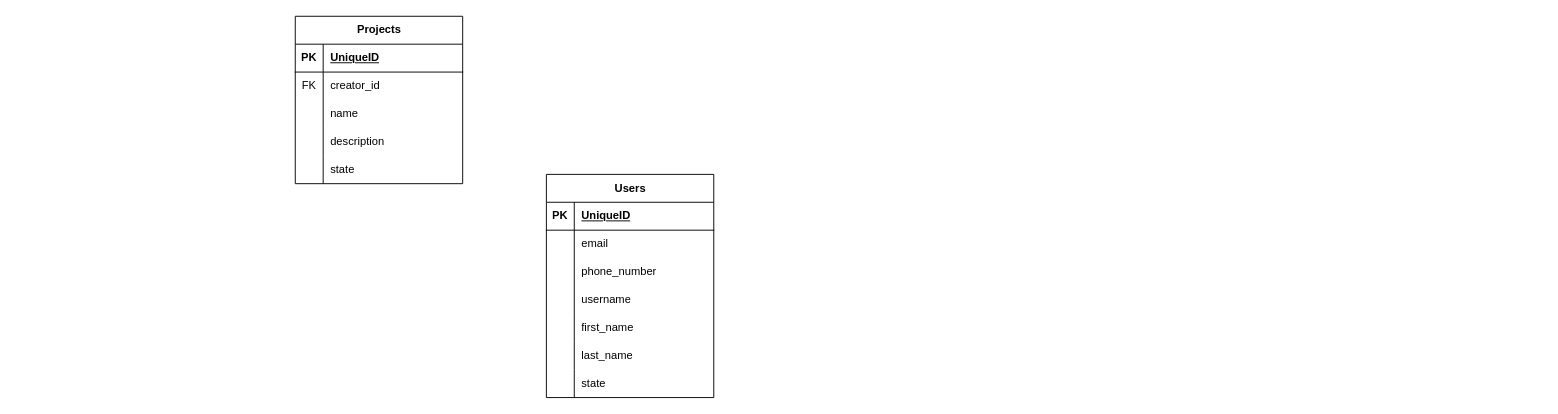
Above: ERD.drawio in Aram-TA/test_app (draw.io), before the change. Source tidied: cells renumbered, new cells numbered last; positions are measured from the earlier drawing's top-left corner, leaving out a move shared by most shapes. Both pictures are drawn from the tidied source at 93%, with x=0, y=0 at pixel (295, 16).
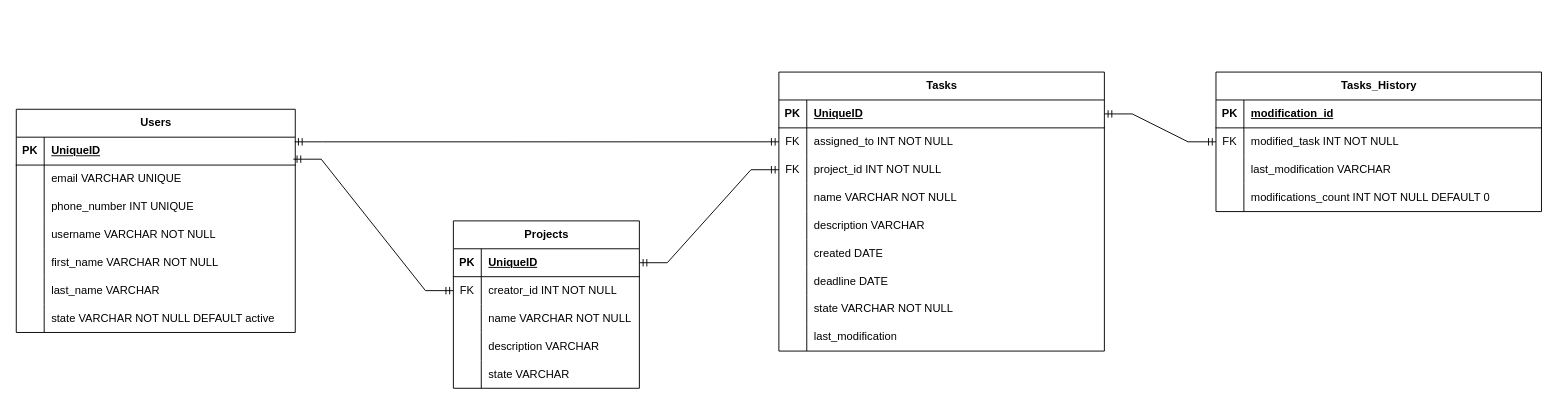
After the change.

Diff of the diagram source:
```diff
@@
     <mxCell id="2" value="Users" style="shape=table;startSize=30;childLayout=tableLayout;rowLines=0;fontStyle=1;align=center;html=1;" parent="1" vertex="1">
-      <mxGeometry x="270" y="170" width="180" height="240" as="geometry" />
+      <mxGeometry x="-300" y="100" width="300" height="240" as="geometry" />
     </mxCell>
     <mxCell id="3" style="shape=tableRow;horizontal=0;startSize=0;swimlaneHead=0;swimlaneBody=0;fillColor=none;points=[[0,0.5],[1,0.5]];portConstraint=eastwest;top=0;left=0;right=0;bottom=1;" parent="2" vertex="1">
-      <mxGeometry y="30" width="180" height="30" as="geometry" />
+      <mxGeometry y="30" width="300" height="30" as="geometry" />
     </mxCell>
@@
     <mxCell id="5" value="UniqueID" style="shape=partialRectangle;fillColor=none;top=0;left=0;bottom=0;right=0;align=left;spacingLeft=6;fontStyle=5;overflow=hidden;whiteSpace=wrap;html=1;" parent="3" vertex="1">
-      <mxGeometry x="30" width="150" height="30" as="geometry" />
+      <mxGeometry x="30" width="270" height="30" as="geometry" />
     </mxCell>
     <mxCell id="6" style="shape=tableRow;horizontal=0;startSize=0;swimlaneHead=0;swimlaneBody=0;fillColor=none;top=0;left=0;right=0;bottom=0;" parent="2" vertex="1">
-      <mxGeometry y="60" width="180" height="30" as="geometry" />
+      <mxGeometry y="60" width="300" height="30" as="geometry" />
     </mxCell>
@@
-    <mxCell id="8" value="email" style="shape=partialRectangle;fillColor=none;top=0;left=0;bottom=0;right=0;align=left;spacingLeft=6;overflow=hidden;whiteSpace=wrap;html=1;" parent="6" vertex="1">
-      <mxGeometry x="30" width="150" height="30" as="geometry" />
+    <mxCell id="8" value="email VARCHAR UNIQUE" style="shape=partialRectangle;fillColor=none;top=0;left=0;bottom=0;right=0;align=left;spacingLeft=6;overflow=hidden;whiteSpace=wrap;html=1;" parent="6" vertex="1">
+      <mxGeometry x="30" width="270" height="30" as="geometry" />
     </mxCell>
     <mxCell id="9" style="shape=tableRow;horizontal=0;startSize=0;swimlaneHead=0;swimlaneBody=0;fillColor=none;top=0;left=0;right=0;bottom=0;" parent="2" vertex="1">
-      <mxGeometry y="90" width="180" height="30" as="geometry" />
+      <mxGeometry y="90" width="300" height="30" as="geometry" />
     </mxCell>
@@
-    <mxCell id="11" value="phone_number" style="shape=partialRectangle;fillColor=none;top=0;left=0;bottom=0;right=0;align=left;spacingLeft=6;overflow=hidden;whiteSpace=wrap;html=1;" parent="9" vertex="1">
-      <mxGeometry x="30" width="150" height="30" as="geometry" />
+    <mxCell id="11" value="phone_number INT UNIQUE" style="shape=partialRectangle;fillColor=none;top=0;left=0;bottom=0;right=0;align=left;spacingLeft=6;overflow=hidden;whiteSpace=wrap;html=1;" parent="9" vertex="1">
+      <mxGeometry x="30" width="270" height="30" as="geometry" />
     </mxCell>
     <mxCell id="12" style="shape=tableRow;horizontal=0;startSize=0;swimlaneHead=0;swimlaneBody=0;fillColor=none;top=0;left=0;right=0;bottom=0;" parent="2" vertex="1">
-      <mxGeometry y="120" width="180" height="30" as="geometry" />
+      <mxGeometry y="120" width="300" height="30" as="geometry" />
     </mxCell>
@@
-    <mxCell id="14" value="username" style="shape=partialRectangle;fillColor=none;top=0;left=0;bottom=0;right=0;align=left;spacingLeft=6;overflow=hidden;whiteSpace=wrap;html=1;" parent="12" vertex="1">
-      <mxGeometry x="30" width="150" height="30" as="geometry" />
+    <mxCell id="14" value="username VARCHAR NOT NULL" style="shape=partialRectangle;fillColor=none;top=0;left=0;bottom=0;right=0;align=left;spacingLeft=6;overflow=hidden;whiteSpace=wrap;html=1;" parent="12" vertex="1">
+      <mxGeometry x="30" width="270" height="30" as="geometry" />
     </mxCell>
     <mxCell id="15" style="shape=tableRow;horizontal=0;startSize=0;swimlaneHead=0;swimlaneBody=0;fillColor=none;top=0;left=0;right=0;bottom=0;" parent="2" vertex="1">
-      <mxGeometry y="150" width="180" height="30" as="geometry" />
+      <mxGeometry y="150" width="300" height="30" as="geometry" />
     </mxCell>
@@
-    <mxCell id="17" value="first_name" style="shape=partialRectangle;fillColor=none;top=0;left=0;bottom=0;right=0;align=left;spacingLeft=6;overflow=hidden;whiteSpace=wrap;html=1;" parent="15" vertex="1">
-      <mxGeometry x="30" width="150" height="30" as="geometry" />
+    <mxCell id="17" value="first_name VARCHAR NOT NULL" style="shape=partialRectangle;fillColor=none;top=0;left=0;bottom=0;right=0;align=left;spacingLeft=6;overflow=hidden;whiteSpace=wrap;html=1;" parent="15" vertex="1">
+      <mxGeometry x="30" width="270" height="30" as="geometry" />
     </mxCell>
     <mxCell id="18" style="shape=tableRow;horizontal=0;startSize=0;swimlaneHead=0;swimlaneBody=0;fillColor=none;top=0;left=0;right=0;bottom=0;" parent="2" vertex="1">
-      <mxGeometry y="180" width="180" height="30" as="geometry" />
+      <mxGeometry y="180" width="300" height="30" as="geometry" />
     </mxCell>
@@
-    <mxCell id="20" value="last_name" style="shape=partialRectangle;fillColor=none;top=0;left=0;bottom=0;right=0;align=left;spacingLeft=6;overflow=hidden;whiteSpace=wrap;html=1;" parent="18" vertex="1">
-      <mxGeometry x="30" width="150" height="30" as="geometry" />
+    <mxCell id="20" value="last_name VARCHAR" style="shape=partialRectangle;fillColor=none;top=0;left=0;bottom=0;right=0;align=left;spacingLeft=6;overflow=hidden;whiteSpace=wrap;html=1;" parent="18" vertex="1">
+      <mxGeometry x="30" width="270" height="30" as="geometry" />
     </mxCell>
     <mxCell id="21" style="shape=tableRow;horizontal=0;startSize=0;swimlaneHead=0;swimlaneBody=0;fillColor=none;top=0;left=0;right=0;bottom=0;" parent="2" vertex="1">
-      <mxGeometry y="210" width="180" height="30" as="geometry" />
+      <mxGeometry y="210" width="300" height="30" as="geometry" />
     </mxCell>
@@
-    <mxCell id="23" value="state" style="shape=partialRectangle;fillColor=none;top=0;left=0;bottom=0;right=0;align=left;spacingLeft=6;overflow=hidden;whiteSpace=wrap;html=1;" parent="21" vertex="1">
-      <mxGeometry x="30" width="150" height="30" as="geometry" />
+    <mxCell id="23" value="state VARCHAR NOT NULL DEFAULT active" style="shape=partialRectangle;fillColor=none;top=0;left=0;bottom=0;right=0;align=left;spacingLeft=6;overflow=hidden;whiteSpace=wrap;html=1;" parent="21" vertex="1">
+      <mxGeometry x="30" width="270" height="30" as="geometry" />
     </mxCell>
     <mxCell id="24" value="Projects" style="shape=table;startSize=30;childLayout=tableLayout;rowLines=0;fontStyle=1;align=center;html=1;" parent="1" vertex="1">
-      <mxGeometry width="180" height="180" as="geometry" />
+      <mxGeometry x="170" y="220" width="200" height="180" as="geometry" />
     </mxCell>
     <mxCell id="25" style="shape=tableRow;horizontal=0;startSize=0;swimlaneHead=0;swimlaneBody=0;fillColor=none;points=[[0,0.5],[1,0.5]];portConstraint=eastwest;top=0;left=0;right=0;bottom=1;" parent="24" vertex="1">
-      <mxGeometry y="30" width="180" height="30" as="geometry" />
+      <mxGeometry y="30" width="200" height="30" as="geometry" />
     </mxCell>
@@
     <mxCell id="27" value="UniqueID" style="shape=partialRectangle;fillColor=none;top=0;left=0;bottom=0;right=0;align=left;spacingLeft=6;fontStyle=5;overflow=hidden;whiteSpace=wrap;html=1;" parent="25" vertex="1">
-      <mxGeometry x="30" width="150" height="30" as="geometry" />
+      <mxGeometry x="30" width="170" height="30" as="geometry" />
     </mxCell>
     <mxCell id="28" style="shape=tableRow;horizontal=0;startSize=0;swimlaneHead=0;swimlaneBody=0;fillColor=none;points=[[0,0.5],[1,0.5]];portConstraint=eastwest;top=0;left=0;right=0;bottom=0;" parent="24" vertex="1">
-      <mxGeometry y="60" width="180" height="30" as="geometry" />
+      <mxGeometry y="60" width="200" height="30" as="geometry" />
     </mxCell>
@@
-    <mxCell id="30" value="creator_id" style="shape=partialRectangle;fillColor=none;top=0;left=0;bottom=0;right=0;align=left;spacingLeft=6;overflow=hidden;whiteSpace=wrap;html=1;" parent="28" vertex="1">
-      <mxGeometry x="30" width="150" height="30" as="geometry" />
+    <mxCell id="30" value="creator_id INT NOT NULL" style="shape=partialRectangle;fillColor=none;top=0;left=0;bottom=0;right=0;align=left;spacingLeft=6;overflow=hidden;whiteSpace=wrap;html=1;" parent="28" vertex="1">
+      <mxGeometry x="30" width="170" height="30" as="geometry" />
     </mxCell>
     <mxCell id="31" style="shape=tableRow;horizontal=0;startSize=0;swimlaneHead=0;swimlaneBody=0;fillColor=none;top=0;left=0;right=0;bottom=0;" parent="24" vertex="1">
-      <mxGeometry y="90" width="180" height="30" as="geometry" />
+      <mxGeometry y="90" width="200" height="30" as="geometry" />
     </mxCell>
@@
-    <mxCell id="33" value="name" style="shape=partialRectangle;fillColor=none;top=0;left=0;bottom=0;right=0;align=left;spacingLeft=6;overflow=hidden;whiteSpace=wrap;html=1;" parent="31" vertex="1">
-      <mxGeometry x="30" width="150" height="30" as="geometry" />
+    <mxCell id="33" value="name VARCHAR NOT NULL" style="shape=partialRectangle;fillColor=none;top=0;left=0;bottom=0;right=0;align=left;spacingLeft=6;overflow=hidden;whiteSpace=wrap;html=1;" parent="31" vertex="1">
+      <mxGeometry x="30" width="170" height="30" as="geometry" />
     </mxCell>
     <mxCell id="34" style="shape=tableRow;horizontal=0;startSize=0;swimlaneHead=0;swimlaneBody=0;fillColor=none;top=0;left=0;right=0;bottom=0;" parent="24" vertex="1">
-      <mxGeometry y="120" width="180" height="30" as="geometry" />
+      <mxGeometry y="120" width="200" height="30" as="geometry" />
     </mxCell>
@@
-    <mxCell id="36" value="description" style="shape=partialRectangle;fillColor=none;top=0;left=0;bottom=0;right=0;align=left;spacingLeft=6;overflow=hidden;whiteSpace=wrap;html=1;" parent="34" vertex="1">
-      <mxGeometry x="30" width="150" height="30" as="geometry" />
+    <mxCell id="36" value="description VARCHAR" style="shape=partialRectangle;fillColor=none;top=0;left=0;bottom=0;right=0;align=left;spacingLeft=6;overflow=hidden;whiteSpace=wrap;html=1;" parent="34" vertex="1">
+      <mxGeometry x="30" width="170" height="30" as="geometry" />
     </mxCell>
     <mxCell id="37" style="shape=tableRow;horizontal=0;startSize=0;swimlaneHead=0;swimlaneBody=0;fillColor=none;top=0;left=0;right=0;bottom=0;" parent="24" vertex="1">
-      <mxGeometry y="150" width="180" height="30" as="geometry" />
+      <mxGeometry y="150" width="200" height="30" as="geometry" />
     </mxCell>
@@
-    <mxCell id="39" value="state" style="shape=partialRectangle;fillColor=none;top=0;left=0;bottom=0;right=0;align=left;spacingLeft=6;overflow=hidden;whiteSpace=wrap;html=1;" parent="37" vertex="1">
-      <mxGeometry x="30" width="150" height="30" as="geometry" />
+    <mxCell id="39" value="state VARCHAR" style="shape=partialRectangle;fillColor=none;top=0;left=0;bottom=0;right=0;align=left;spacingLeft=6;overflow=hidden;whiteSpace=wrap;html=1;" parent="37" vertex="1">
+      <mxGeometry x="30" width="170" height="30" as="geometry" />
     </mxCell>
+    <mxCell id="40" value="Tasks" style="shape=table;startSize=30;childLayout=tableLayout;rowLines=0;fontStyle=1;align=center;html=1;" parent="1" vertex="1">
+      <mxGeometry x="520" y="60" width="350" height="300" as="geometry" />
+    </mxCell>
+    <mxCell id="41" style="shape=tableRow;horizontal=0;startSize=0;swimlaneHead=0;swimlaneBody=0;fillColor=none;points=[[0,0.5],[1,0.5]];portConstraint=eastwest;top=0;left=0;right=0;bottom=1;" parent="40" vertex="1">
+      <mxGeometry y="30" width="350" height="30" as="geometry" />
+    </mxCell>
+    <mxCell id="42" value="PK" style="shape=partialRectangle;fillColor=none;top=0;left=0;bottom=0;right=0;fontStyle=1;overflow=hidden;whiteSpace=wrap;html=1;" parent="41" vertex="1">
+      <mxGeometry width="30" height="30" as="geometry" />
+    </mxCell>
+    <mxCell id="43" value="UniqueID" style="shape=partialRectangle;fillColor=none;top=0;left=0;bottom=0;right=0;align=left;spacingLeft=6;fontStyle=5;overflow=hidden;whiteSpace=wrap;html=1;" parent="41" vertex="1">
+      <mxGeometry x="30" width="320" height="30" as="geometry" />
+    </mxCell>
+    <mxCell id="44" style="shape=tableRow;horizontal=0;startSize=0;swimlaneHead=0;swimlaneBody=0;fillColor=none;points=[[0,0.5],[1,0.5]];portConstraint=eastwest;top=0;left=0;right=0;bottom=0;" parent="40" vertex="1">
+      <mxGeometry y="60" width="350" height="30" as="geometry" />
+    </mxCell>
+    <mxCell id="45" value="FK" style="shape=partialRectangle;fillColor=none;top=0;left=0;bottom=0;right=0;overflow=hidden;whiteSpace=wrap;html=1;" parent="44" vertex="1">
+      <mxGeometry width="30" height="30" as="geometry" />
+    </mxCell>
+    <mxCell id="46" value="assigned_to INT NOT NULL" style="shape=partialRectangle;fillColor=none;top=0;left=0;bottom=0;right=0;align=left;spacingLeft=6;overflow=hidden;whiteSpace=wrap;html=1;" parent="44" vertex="1">
+      <mxGeometry x="30" width="320" height="30" as="geometry" />
+    </mxCell>
+    <mxCell id="47" style="shape=tableRow;horizontal=0;startSize=0;swimlaneHead=0;swimlaneBody=0;fillColor=none;points=[[0,0.5],[1,0.5]];portConstraint=eastwest;top=0;left=0;right=0;bottom=0;" parent="40" vertex="1">
+      <mxGeometry y="90" width="350" height="30" as="geometry" />
+    </mxCell>
+    <mxCell id="48" value="FK" style="shape=partialRectangle;fillColor=none;top=0;left=0;bottom=0;right=0;overflow=hidden;whiteSpace=wrap;html=1;" parent="47" vertex="1">
+      <mxGeometry width="30" height="30" as="geometry" />
+    </mxCell>
+    <mxCell id="49" value="project_id INT NOT NULL" style="shape=partialRectangle;fillColor=none;top=0;left=0;bottom=0;right=0;align=left;spacingLeft=6;overflow=hidden;whiteSpace=wrap;html=1;" parent="47" vertex="1">
+      <mxGeometry x="30" width="320" height="30" as="geometry" />
+    </mxCell>
+    <mxCell id="50" style="shape=tableRow;horizontal=0;startSize=0;swimlaneHead=0;swimlaneBody=0;fillColor=none;top=0;left=0;right=0;bottom=0;" parent="40" vertex="1">
+      <mxGeometry y="120" width="350" height="30" as="geometry" />
+    </mxCell>
+    <mxCell id="51" style="shape=partialRectangle;fillColor=none;top=0;left=0;bottom=0;right=0;overflow=hidden;whiteSpace=wrap;html=1;" parent="50" vertex="1">
+      <mxGeometry width="30" height="30" as="geometry" />
+    </mxCell>
+    <mxCell id="52" value="name VARCHAR NOT NULL" style="shape=partialRectangle;fillColor=none;top=0;left=0;bottom=0;right=0;align=left;spacingLeft=6;overflow=hidden;whiteSpace=wrap;html=1;" parent="50" vertex="1">
+      <mxGeometry x="30" width="320" height="30" as="geometry" />
+    </mxCell>
+    <mxCell id="53" style="shape=tableRow;horizontal=0;startSize=0;swimlaneHead=0;swimlaneBody=0;fillColor=none;top=0;left=0;right=0;bottom=0;" parent="40" vertex="1">
+      <mxGeometry y="150" width="350" height="30" as="geometry" />
+    </mxCell>
+    <mxCell id="54" style="shape=partialRectangle;fillColor=none;top=0;left=0;bottom=0;right=0;overflow=hidden;whiteSpace=wrap;html=1;" parent="53" vertex="1">
+      <mxGeometry width="30" height="30" as="geometry" />
+    </mxCell>
+    <mxCell id="55" value="description VARCHAR" style="shape=partialRectangle;fillColor=none;top=0;left=0;bottom=0;right=0;align=left;spacingLeft=6;overflow=hidden;whiteSpace=wrap;html=1;" parent="53" vertex="1">
+      <mxGeometry x="30" width="320" height="30" as="geometry" />
+    </mxCell>
+    <mxCell id="56" style="shape=tableRow;horizontal=0;startSize=0;swimlaneHead=0;swimlaneBody=0;fillColor=none;top=0;left=0;right=0;bottom=0;" parent="40" vertex="1">
+      <mxGeometry y="180" width="350" height="30" as="geometry" />
+    </mxCell>
+    <mxCell id="57" style="shape=partialRectangle;fillColor=none;top=0;left=0;bottom=0;right=0;overflow=hidden;whiteSpace=wrap;html=1;" parent="56" vertex="1">
+      <mxGeometry width="30" height="30" as="geometry" />
+    </mxCell>
+    <mxCell id="58" value="created DATE" style="shape=partialRectangle;fillColor=none;top=0;left=0;bottom=0;right=0;align=left;spacingLeft=6;overflow=hidden;whiteSpace=wrap;html=1;" parent="56" vertex="1">
+      <mxGeometry x="30" width="320" height="30" as="geometry" />
+    </mxCell>
+    <mxCell id="59" style="shape=tableRow;horizontal=0;startSize=0;swimlaneHead=0;swimlaneBody=0;fillColor=none;top=0;left=0;right=0;bottom=0;" parent="40" vertex="1">
+      <mxGeometry y="210" width="350" height="30" as="geometry" />
+    </mxCell>
+    <mxCell id="60" style="shape=partialRectangle;fillColor=none;top=0;left=0;bottom=0;right=0;overflow=hidden;whiteSpace=wrap;html=1;" parent="59" vertex="1">
+      <mxGeometry width="30" height="30" as="geometry" />
+    </mxCell>
+    <mxCell id="61" value="deadline DATE" style="shape=partialRectangle;fillColor=none;top=0;left=0;bottom=0;right=0;align=left;spacingLeft=6;overflow=hidden;whiteSpace=wrap;html=1;" parent="59" vertex="1">
+      <mxGeometry x="30" width="320" height="30" as="geometry" />
+    </mxCell>
+    <mxCell id="62" style="shape=tableRow;horizontal=0;startSize=0;swimlaneHead=0;swimlaneBody=0;fillColor=none;top=0;left=0;right=0;bottom=0;" parent="40" vertex="1">
+      <mxGeometry y="240" width="350" height="30" as="geometry" />
+    </mxCell>
+    <mxCell id="63" style="shape=partialRectangle;fillColor=none;top=0;left=0;bottom=0;right=0;overflow=hidden;whiteSpace=wrap;html=1;" parent="62" vertex="1">
+      <mxGeometry width="30" height="30" as="geometry" />
+    </mxCell>
+    <mxCell id="64" value="state VARCHAR NOT NULL" style="shape=partialRectangle;fillColor=none;top=0;left=0;bottom=0;right=0;align=left;spacingLeft=6;overflow=hidden;whiteSpace=wrap;html=1;" parent="62" vertex="1">
+      <mxGeometry x="30" width="320" height="30" as="geometry" />
+    </mxCell>
+    <mxCell id="65" style="shape=tableRow;horizontal=0;startSize=0;swimlaneHead=0;swimlaneBody=0;fillColor=none;top=0;left=0;right=0;bottom=0;" parent="40" vertex="1">
+      <mxGeometry y="270" width="350" height="30" as="geometry" />
+    </mxCell>
+    <mxCell id="66" style="shape=partialRectangle;fillColor=none;top=0;left=0;bottom=0;right=0;overflow=hidden;whiteSpace=wrap;html=1;" parent="65" vertex="1">
+      <mxGeometry width="30" height="30" as="geometry" />
+    </mxCell>
+    <mxCell id="67" value="last_modification" style="shape=partialRectangle;fillColor=none;top=0;left=0;bottom=0;right=0;align=left;spacingLeft=6;overflow=hidden;whiteSpace=wrap;html=1;" parent="65" vertex="1">
+      <mxGeometry x="30" width="320" height="30" as="geometry" />
+    </mxCell>
+    <mxCell id="68" style="edgeStyle=entityRelationEdgeStyle;fontSize=12;html=1;endArrow=ERmandOne;startArrow=ERmandOne;rounded=0;entryX=0;entryY=0.5;entryDx=0;entryDy=0;exitX=0.998;exitY=0.167;exitDx=0;exitDy=0;exitPerimeter=0;" parent="1" edge="1" source="3" target="44">
+      <mxGeometry relative="1" as="geometry" />
+    </mxCell>
+    <mxCell id="69" style="edgeStyle=entityRelationEdgeStyle;fontSize=12;html=1;endArrow=ERmandOne;startArrow=ERmandOne;rounded=0;entryX=0;entryY=0.5;entryDx=0;entryDy=0;exitX=1;exitY=0.5;exitDx=0;exitDy=0;" parent="1" edge="1" source="25" target="47">
+      <mxGeometry relative="1" as="geometry" />
+    </mxCell>
+    <mxCell id="70" style="edgeStyle=entityRelationEdgeStyle;fontSize=12;html=1;endArrow=ERmandOne;startArrow=ERmandOne;rounded=0;exitX=0.993;exitY=0.789;exitDx=0;exitDy=0;entryX=0;entryY=0.5;entryDx=0;entryDy=0;exitPerimeter=0;" parent="1" edge="1" source="3" target="28">
+      <mxGeometry relative="1" as="geometry" />
+    </mxCell>
+    <mxCell id="71" value="Tasks_History" style="shape=table;startSize=30;childLayout=tableLayout;rowLines=0;fontStyle=1;align=center;html=1;" parent="1" vertex="1">
+      <mxGeometry x="990" y="60" width="350" height="150" as="geometry" />
+    </mxCell>
+    <mxCell id="72" style="shape=tableRow;horizontal=0;startSize=0;swimlaneHead=0;swimlaneBody=0;fillColor=none;top=0;left=0;right=0;bottom=1;" parent="71" vertex="1">
+      <mxGeometry y="30" width="350" height="30" as="geometry" />
+    </mxCell>
+    <mxCell id="73" value="PK" style="shape=partialRectangle;fillColor=none;top=0;left=0;bottom=0;right=0;fontStyle=1;overflow=hidden;whiteSpace=wrap;html=1;" parent="72" vertex="1">
+      <mxGeometry width="30" height="30" as="geometry" />
+    </mxCell>
+    <mxCell id="74" value="modification_id" style="shape=partialRectangle;fillColor=none;top=0;left=0;bottom=0;right=0;align=left;spacingLeft=6;fontStyle=5;overflow=hidden;whiteSpace=wrap;html=1;" parent="72" vertex="1">
+      <mxGeometry x="30" width="320" height="30" as="geometry" />
+    </mxCell>
+    <mxCell id="75" style="shape=tableRow;horizontal=0;startSize=0;swimlaneHead=0;swimlaneBody=0;fillColor=none;points=[[0,0.5],[1,0.5]];portConstraint=eastwest;top=0;left=0;right=0;bottom=0;" parent="71" vertex="1">
+      <mxGeometry y="60" width="350" height="30" as="geometry" />
+    </mxCell>
+    <mxCell id="76" value="FK" style="shape=partialRectangle;fillColor=none;top=0;left=0;bottom=0;right=0;overflow=hidden;whiteSpace=wrap;html=1;" parent="75" vertex="1">
+      <mxGeometry width="30" height="30" as="geometry" />
+    </mxCell>
+    <mxCell id="77" value="modified_task INT NOT NULL" style="shape=partialRectangle;fillColor=none;top=0;left=0;bottom=0;right=0;align=left;spacingLeft=6;overflow=hidden;whiteSpace=wrap;html=1;" parent="75" vertex="1">
+      <mxGeometry x="30" width="320" height="30" as="geometry" />
+    </mxCell>
+    <mxCell id="78" style="shape=tableRow;horizontal=0;startSize=0;swimlaneHead=0;swimlaneBody=0;fillColor=none;top=0;left=0;right=0;bottom=0;" parent="71" vertex="1">
+      <mxGeometry y="90" width="350" height="30" as="geometry" />
+    </mxCell>
+    <mxCell id="79" style="shape=partialRectangle;fillColor=none;top=0;left=0;bottom=0;right=0;overflow=hidden;whiteSpace=wrap;html=1;" parent="78" vertex="1">
+      <mxGeometry width="30" height="30" as="geometry" />
+    </mxCell>
+    <mxCell id="80" value="last_modification VARCHAR" style="shape=partialRectangle;fillColor=none;top=0;left=0;bottom=0;right=0;align=left;spacingLeft=6;overflow=hidden;whiteSpace=wrap;html=1;" parent="78" vertex="1">
+      <mxGeometry x="30" width="320" height="30" as="geometry" />
+    </mxCell>
+    <mxCell id="81" style="shape=tableRow;horizontal=0;startSize=0;swimlaneHead=0;swimlaneBody=0;fillColor=none;top=0;left=0;right=0;bottom=0;" parent="71" vertex="1">
+      <mxGeometry y="120" width="350" height="30" as="geometry" />
+    </mxCell>
+    <mxCell id="82" style="shape=partialRectangle;fillColor=none;top=0;left=0;bottom=0;right=0;overflow=hidden;whiteSpace=wrap;html=1;" parent="81" vertex="1">
+      <mxGeometry width="30" height="30" as="geometry" />
+    </mxCell>
+    <mxCell id="83" value="modifications_count INT NOT NULL DEFAULT 0" style="shape=partialRectangle;fillColor=none;top=0;left=0;bottom=0;right=0;align=left;spacingLeft=6;overflow=hidden;whiteSpace=wrap;html=1;" parent="81" vertex="1">
+      <mxGeometry x="30" width="320" height="30" as="geometry" />
+    </mxCell>
+    <mxCell id="84" style="edgeStyle=entityRelationEdgeStyle;fontSize=12;html=1;endArrow=ERmandOne;startArrow=ERmandOne;rounded=0;entryX=0;entryY=0.5;entryDx=0;entryDy=0;exitX=1;exitY=0.5;exitDx=0;exitDy=0;" parent="1" edge="1" source="41" target="75">
+      <mxGeometry relative="1" as="geometry" />
+    </mxCell>
```
